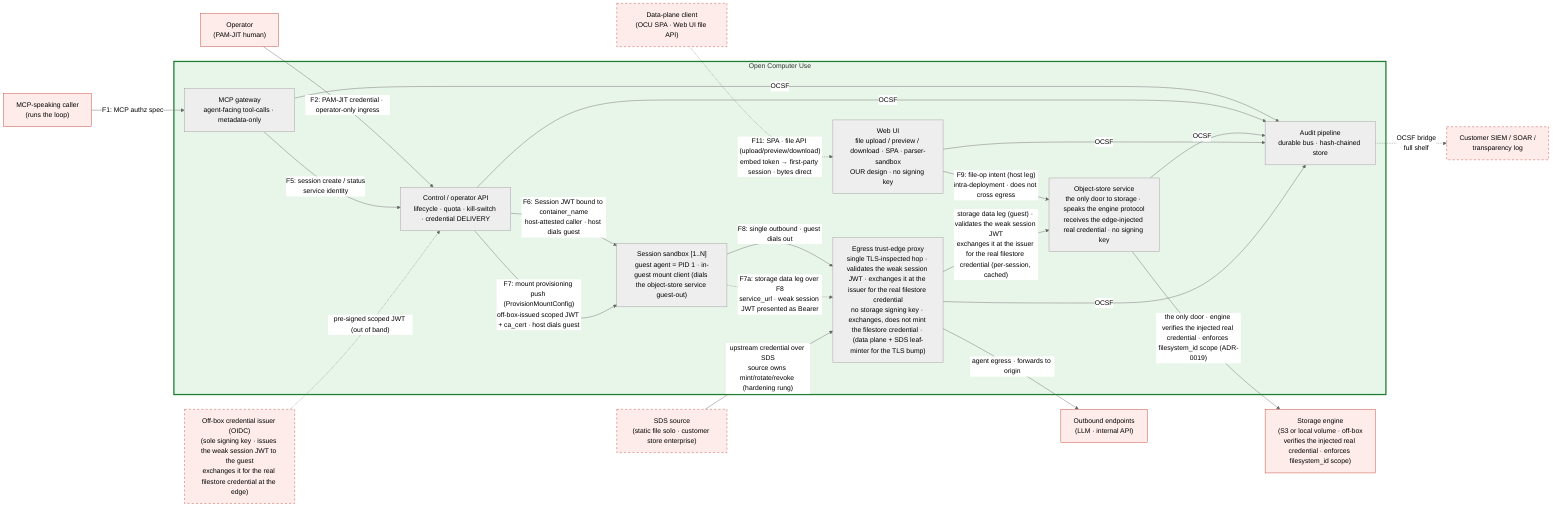
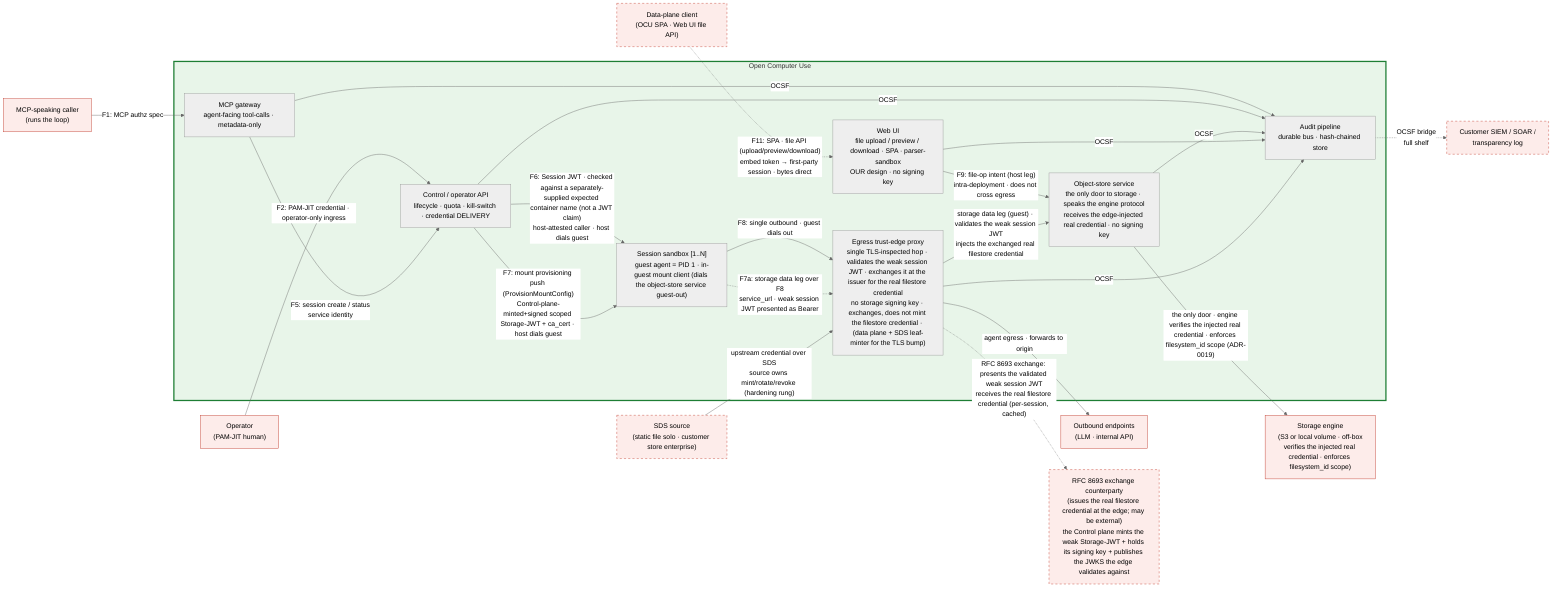
%% SPDX-License-Identifier: FSL-1.1-Apache-2.0
%% Copyright (c) 2025 Open Computer Use Contributors
%% Canonical Layer 6 (C4 Container) diagram. Referenced from docs/architecture/05-c4-container.md.
%% Role names only — no technology names (per CLAUDE.md Diagrams). Tech choice lands in component specs under components/.
%% Containers across the Layer-3 trust zones: the Control plane splits into an agent-facing MCP gateway
%% and an operator/lifecycle API (the kill-switch lives only on the latter); storage is one door — the
%% Object-store service — fronted by the Web UI (host leg) and the in-guest mount client (guest leg), ADR-0015.
%% The count is a then-true observation, not an invariant (05-c4-container.md §1). Substrate differs by shelf (§5).
%% Palette (project convention): red untrusted / green trusted. Amber/blue trust-zone shading is Layer 3 only.

%%{init: {"theme": "neutral"} }%%
flowchart LR

    %% ─── external (drawn for orientation; contracts in 03-c4-context.md §4) ───
    PEER["MCP-speaking caller<br/>(runs the loop)"]:::ext
    OPER["Operator<br/>(PAM-JIT human)"]:::ext
    FILE["Data-plane client<br/>(OCU SPA · Web UI file API)"]:::extOpt
    UPSTREAM["Outbound endpoints<br/>(LLM · internal API)"]:::ext
    ENGINE["Storage engine<br/>(S3 or local volume · off-box<br/>verifies the injected real credential · enforces filesystem_id scope)"]:::ext
    SINK["Customer SIEM / SOAR /<br/>transparency log"]:::extOpt
    SDS["SDS source<br/>(static file solo · customer store enterprise)"]:::extOpt
-     ISSUER["Off-box credential issuer (OIDC)<br/>(sole signing key · issues the weak session JWT to the guest<br/>exchanges it for the real filestore credential at the edge)"]:::extOpt
+     ISSUER["RFC 8693 exchange counterparty<br/>(issues the real filestore credential at the edge; may be external)<br/>the Control plane mints the weak Storage-JWT + holds its signing key + publishes the JWKS the edge validates against"]:::extOpt

    %% ─── containers inside the system under design ───
    subgraph OCU["Open Computer Use"]
        MCPG["MCP gateway<br/>agent-facing tool-calls · metadata-only"]
        CTRL["Control / operator API<br/>lifecycle · quota · kill-switch · credential DELIVERY"]
        OSS["Object-store service<br/>the only door to storage · speaks the engine protocol<br/>receives the edge-injected real credential · no signing key"]
        WEBUI["Web UI<br/>file upload / preview / download · SPA · parser-sandbox<br/>OUR design · no signing key"]
        VM["Session sandbox [1..N]<br/>guest agent = PID 1 · in-guest mount client (dials the object-store service guest-out)"]
        EDGE["Egress trust-edge proxy<br/>single TLS-inspected hop · validates the weak session JWT · exchanges it at the issuer for the real filestore credential<br/>no storage signing key · exchanges, does not mint the filestore credential · (data plane + SDS leaf-minter for the TLS bump)"]
        AUD["Audit pipeline<br/>durable bus · hash-chained store"]
    end

    %% ─── inbound (two distinct surfaces of the Control plane; the Web UI fronts E5) ───
    PEER -->|"F1: MCP authz spec"| MCPG
    OPER -->|"F2: PAM-JIT credential · operator-only ingress"| CTRL
    MCPG -->|"F5: session create / status<br/>service identity"| CTRL
    FILE -.->|"F11: SPA · file API (upload/preview/download)<br/>embed token → first-party session · bytes direct"| WEBUI

    %% ─── control + provisioning reach the guest host-side (host dials, guest listens; NFR-SEC-43) ───
-     CTRL -->|"F6: Session JWT bound to container_name<br/>host-attested caller · host dials guest"| VM
-     CTRL -->|"F7: mount provisioning push (ProvisionMountConfig)<br/>off-box-issued scoped JWT + ca_cert · host dials guest"| VM
-     ISSUER -.->|"pre-signed scoped JWT (out of band)"| CTRL
+     CTRL -->|"F6: Session JWT · checked against a separately-supplied expected container name (not a JWT claim)<br/>host-attested caller · host dials guest"| VM
+     CTRL -->|"F7: mount provisioning push (ProvisionMountConfig)<br/>Control-plane-minted+signed scoped Storage-JWT + ca_cert · host dials guest"| VM

    %% ─── ONE door to storage: both legs reach the Object-store service, and only it speaks to the
    %%     storage engine. Guest leg: in-guest mount client → egress → object-store service → engine.
    %%     Host leg: Web UI → object-store service → engine (F9; does NOT cross the egress hop). ───
    VM -->|"F8: single outbound · guest dials out"| EDGE
    VM -.->|"F7a: storage data leg over F8<br/>service_url · weak session JWT presented as Bearer"| EDGE
    SDS -->|"upstream credential over SDS<br/>source owns mint/rotate/revoke (hardening rung)"| EDGE
    WEBUI -->|"F9: file-op intent (host leg)<br/>intra-deployment · does not cross egress"| OSS
    EDGE -->|"agent egress · forwards to origin"| UPSTREAM
-     EDGE -->|"storage data leg (guest) · validates the weak session JWT<br/>exchanges it at the issuer for the real filestore credential (per-session, cached)"| OSS
+     EDGE -.->|"RFC 8693 exchange: presents the validated weak session JWT<br/>receives the real filestore credential (per-session, cached)"| ISSUER
+     EDGE -->|"storage data leg (guest) · validates the weak session JWT<br/>injects the exchanged real filestore credential"| OSS
    OSS -->|"the only door · engine verifies the injected real credential · enforces filesystem_id scope (ADR-0019)"| ENGINE

    %% ─── audit fan-in (host-side containers only; the Session sandbox does NOT emit) ───
    %% A compromised guest can neither reach nor silence the pipeline; host-side
    %% containers author the guest's audit events.
    MCPG -->|OCSF| AUD
    CTRL -->|OCSF| AUD
    OSS -->|OCSF| AUD
    WEBUI -->|OCSF| AUD
    EDGE -->|OCSF| AUD
    AUD -.->|"OCSF bridge<br/>full shelf"| SINK

    %% ─── styling (project palette) ───
    classDef ext fill:#fdecea,stroke:#c0392b,stroke-width:1px;
    classDef extOpt fill:#fdecea,stroke:#c0392b,stroke-dasharray: 5 5;
    style OCU fill:#e8f5e9,stroke:#1e7e34,stroke-width:3px;
